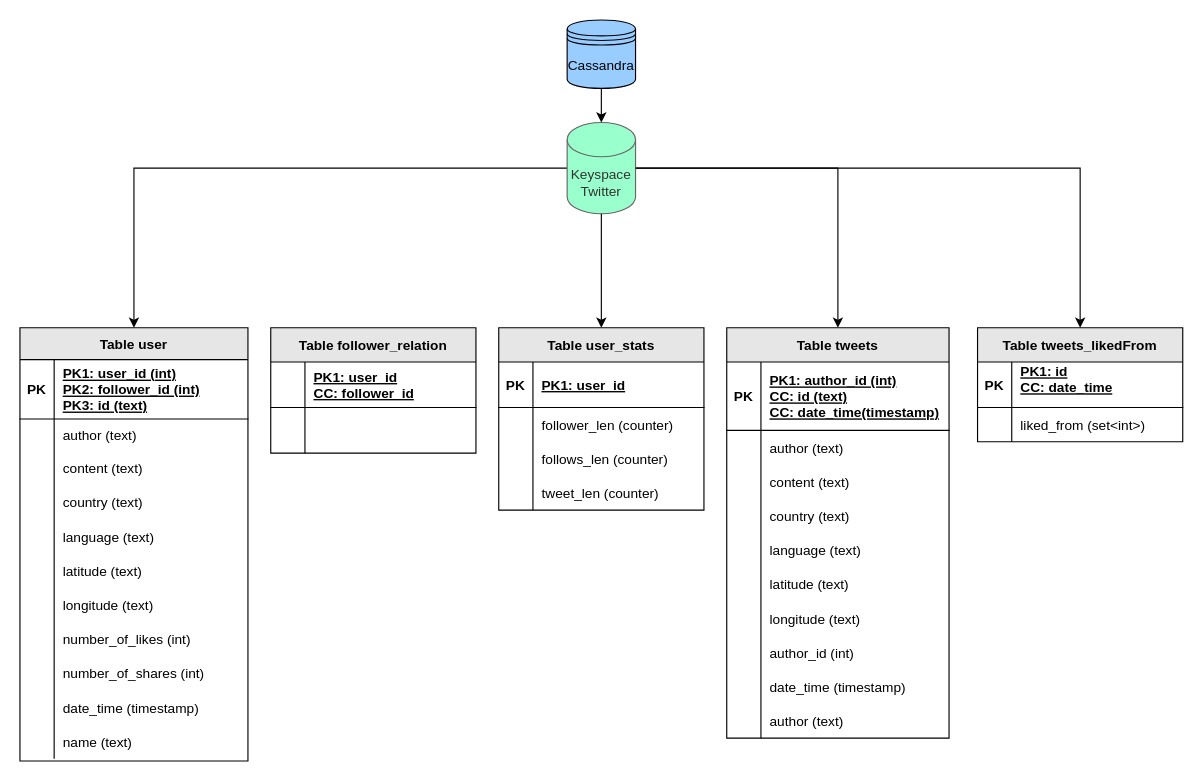
Miracle-Fruit/kikeriki keeps this draw.io diagram as page "Page-1" (1 of 2) of architecture-cass.drawio. Above is the earlier version. Source tidied: cells renumbered, new cells numbered last; positions are measured from the earlier drawing's top-left corner, leaving out a move shared by most shapes. Both pictures are drawn from the tidied source at 114%, with x=0, y=0 at pixel (19, 19).
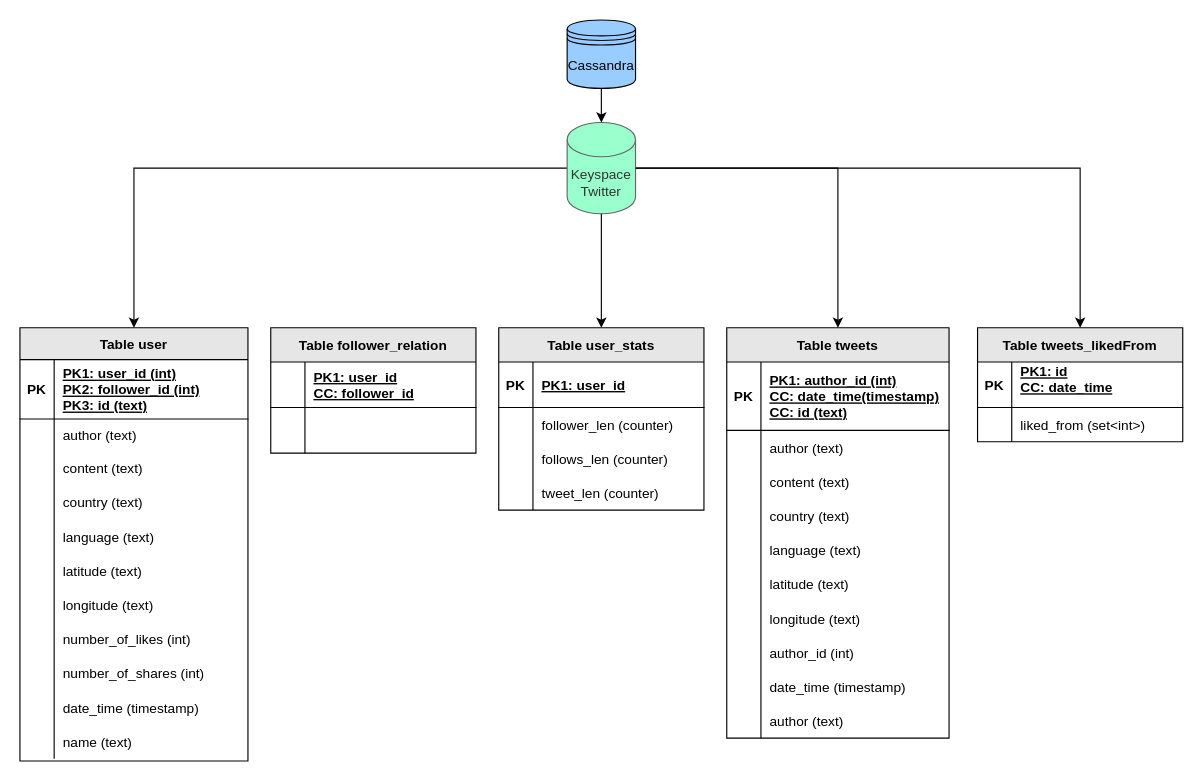
The same page after the edit.

Commit message (it also covers changes not shown here):
change order of twitter.tweets keys

Unchanged cells that the change refers to:
```xml
<mxCell id="57" style="shape=tableRow;horizontal=0;startSize=0;swimlaneHead=0;swimlaneBody=0;fillColor=none;top=0;left=0;right=0;bottom=1;" parent="56" vertex="1">
  <mxGeometry y="30" width="195" height="60" as="geometry" />
</mxCell>
```

What changed in the source:
```diff
@@
-    <mxCell id="59" value="PK1: author_id (int)&#10;CC: id (text)&#10;CC: date_time(timestamp)" style="shape=partialRectangle;fillColor=none;top=0;left=0;bottom=0;right=0;align=left;spacingLeft=6;fontStyle=5;overflow=hidden;" parent="57" vertex="1">
+    <mxCell id="59" value="PK1: author_id (int)&#10;CC: date_time(timestamp)&#10;CC: id (text)" style="shape=partialRectangle;fillColor=none;top=0;left=0;bottom=0;right=0;align=left;spacingLeft=6;fontStyle=5;overflow=hidden;" parent="57" vertex="1">
       <mxGeometry x="30" width="165" height="60" as="geometry" />
     </mxCell>
```
